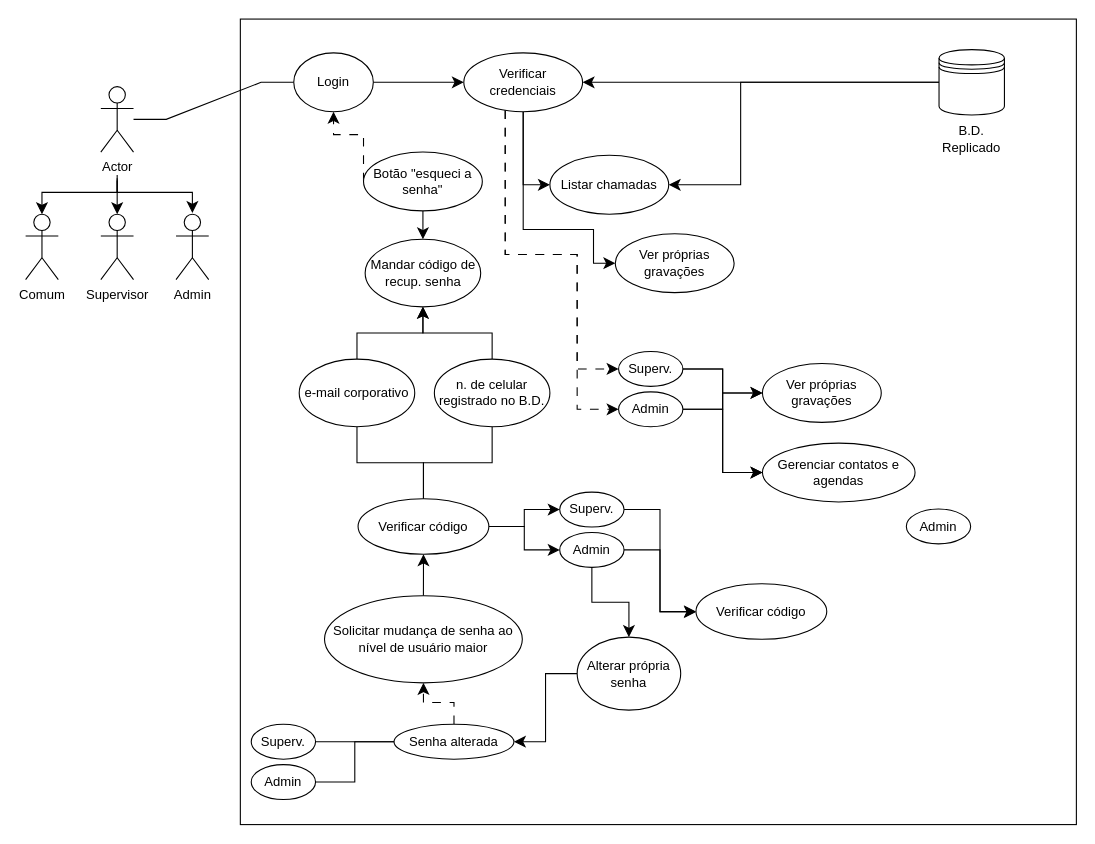
Above: page "Cases 1" (2 of 3) of UC-UI-Principal.drawio in wenbds/PDS-trabalho-Cemigama (draw.io), before the change. Source tidied: cells renumbered, new cells numbered last; positions are measured from the earlier drawing's top-left corner, leaving out a move shared by most shapes. Both pictures are drawn from the tidied source at 109%, with x=0, y=0 at pixel (25, 19).
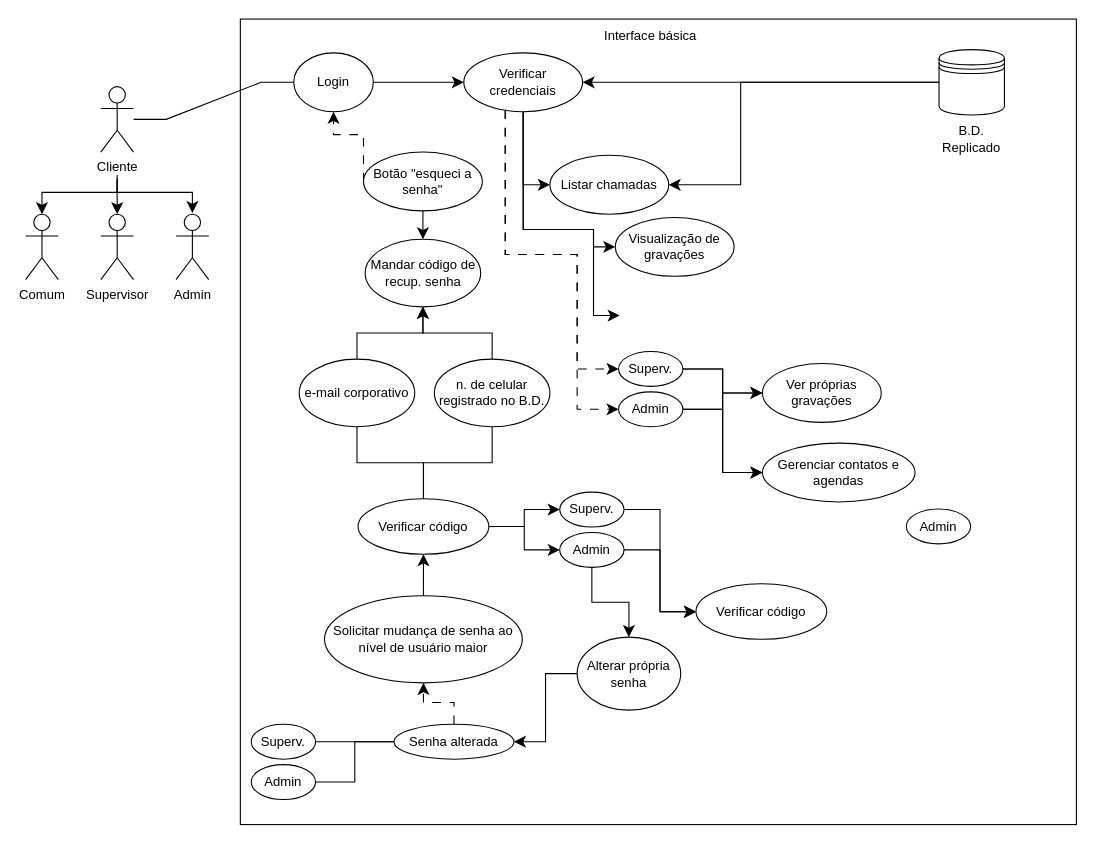
The same page after the edit.

Unchanged cells that the change refers to:
```xml
<mxCell id="47" value="Verificar credenciais" style="ellipse;whiteSpace=wrap;html=1;" parent="1" vertex="1">
  <mxGeometry x="402" y="31" width="109" height="54" as="geometry" />
</mxCell>
```

What changed in the source:
```diff
@@
-    <mxCell id="2" value="Actor" style="shape=umlActor;verticalLabelPosition=bottom;verticalAlign=top;html=1;outlineConnect=0;" parent="1" vertex="1">
+    <mxCell id="2" value="Cliente&lt;div&gt;&lt;br&gt;&lt;/div&gt;" style="shape=umlActor;verticalLabelPosition=bottom;verticalAlign=top;html=1;outlineConnect=0;" parent="1" vertex="1">
       <mxGeometry x="69" y="62" width="30" height="60" as="geometry" />
     </mxCell>
@@
     <mxCell id="46" style="edgeStyle=orthogonalEdgeStyle;rounded=0;jettySize=auto;html=1;entryX=0;entryY=0.5;entryDx=0;entryDy=0;fontSize=12;startSize=8;endSize=8;" parent="1" edge="1" source="47" target="53">
       <mxGeometry relative="1" as="geometry">
         <Array as="points">
           <mxPoint x="457" y="193" />
           <mxPoint x="521" y="193" />
-          <mxPoint x="521" y="224" />
+          <mxPoint x="521" y="209" />
         </Array>
       </mxGeometry>
     </mxCell>
+    <mxCell id="63" style="edgeStyle=orthogonalEdgeStyle;rounded=0;jettySize=auto;html=1;entryX=0;entryY=0.5;entryDx=0;entryDy=0;fontSize=12;startSize=8;endSize=8;" parent="1" edge="1" source="47">
+      <mxGeometry relative="1" as="geometry">
+        <mxPoint x="545" y="272" as="targetPoint" />
+        <Array as="points">
+          <mxPoint x="457" y="193" />
+          <mxPoint x="521" y="193" />
+          <mxPoint x="521" y="272" />
+        </Array>
+      </mxGeometry>
+    </mxCell>
@@
-    <mxCell id="53" value="Ver próprias gravações" style="ellipse;whiteSpace=wrap;html=1;" parent="1" vertex="1">
-      <mxGeometry x="541" y="197" width="109" height="54" as="geometry" />
+    <mxCell id="53" value="Visualização de gravações" style="ellipse;whiteSpace=wrap;html=1;" parent="1" vertex="1">
+      <mxGeometry x="541" y="182" width="109" height="54" as="geometry" />
     </mxCell>
@@
+    <mxCell id="64" value="Interface básica" style="text;html=1;align=center;verticalAlign=middle;whiteSpace=wrap;rounded=0;" parent="1" vertex="1">
+      <mxGeometry x="516.2" y="1" width="114.5" height="30" as="geometry" />
+    </mxCell>
```
